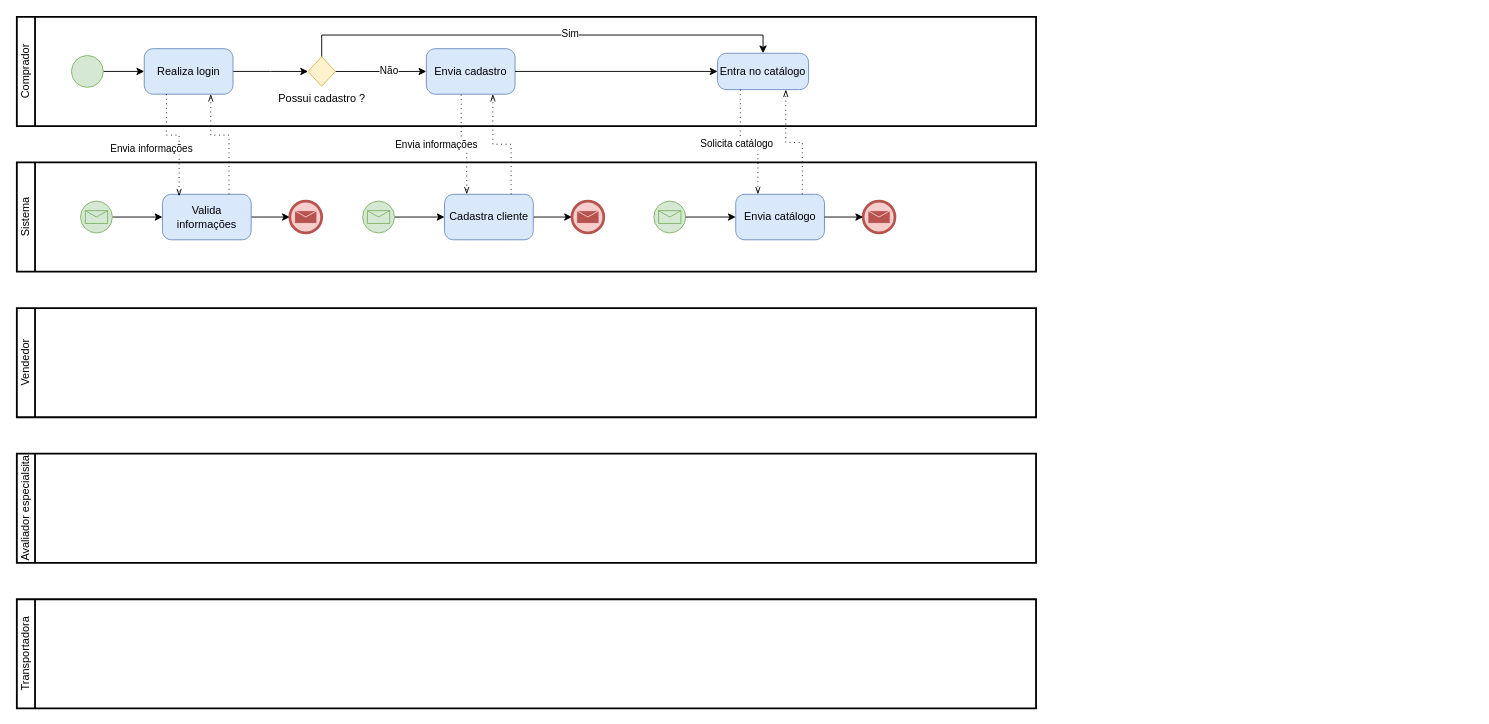
Earlier version of the draw.io diagram page "Modelo To Be" (2 of 2) of ModelagemProcessoNegocio.drawio (luca-moraes/projetoCorintoModelagem). Source tidied: cells renumbered, new cells numbered last; positions are measured from the earlier drawing's top-left corner, leaving out a move shared by most shapes. Both pictures are drawn from the tidied source at 91%, with x=0, y=0 at pixel (16, 16).
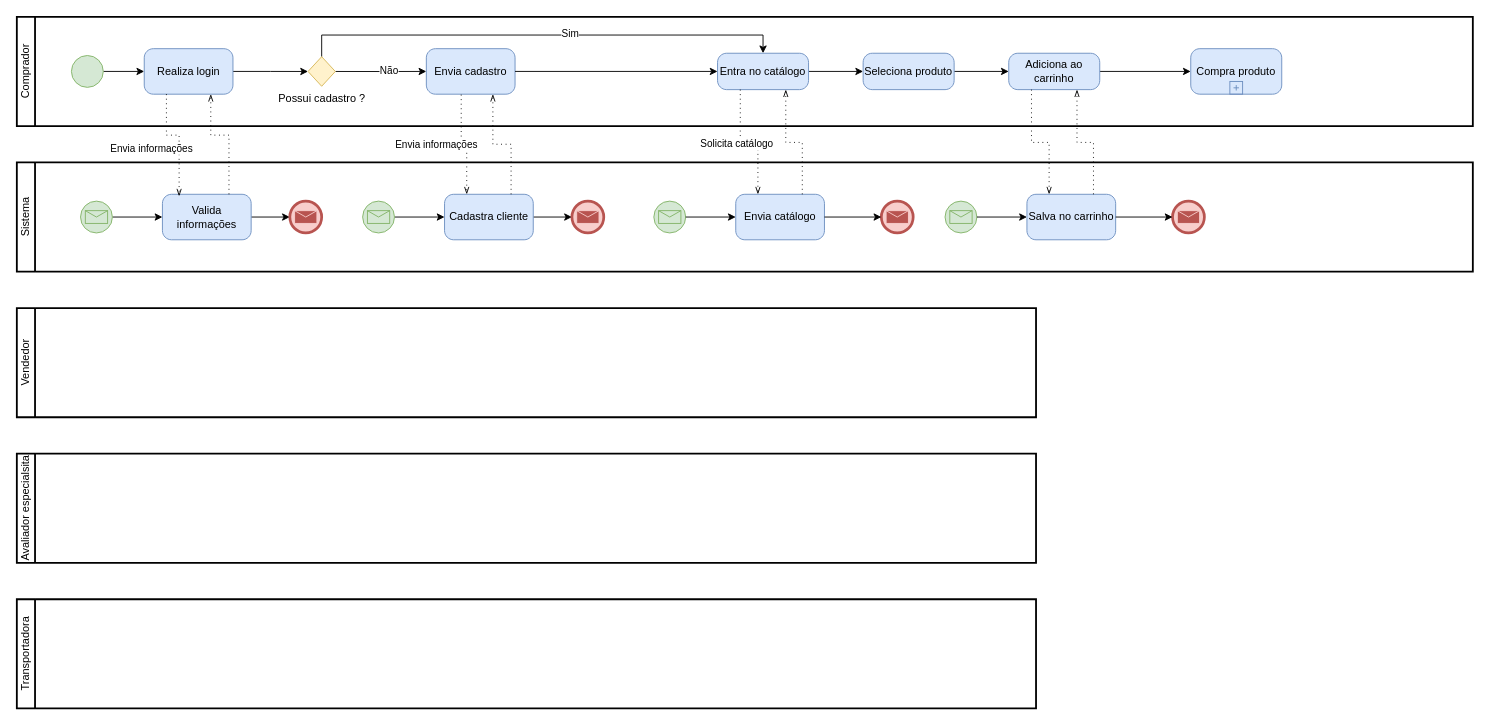
The same diagram, later.

The change refers to these unchanged cells:
```xml
<mxCell id="37" value="Entra no catálogo" style="points=[[0.25,0,0],[0.5,0,0],[0.75,0,0],[1,0.25,0],[1,0.5,0],[1,0.75,0],[0.75,1,0],[0.5,1,0],[0.25,1,0],[0,0.75,0],[0,0.5,0],[0,0.25,0]];shape=mxgraph.bpmn.task;whiteSpace=wrap;rectStyle=rounded;size=10;html=1;taskMarker=abstract;fillColor=#dae8fc;strokeColor=#6c8ebf;" parent="26" vertex="1">
  <mxGeometry x="770" y="40" width="100" height="40" as="geometry" />
</mxCell>
```

Change to the diagram source:
```diff
@@
     <mxCell id="2" value="Sistema" style="swimlane;html=1;startSize=20;fontStyle=0;horizontal=0;swimlaneLine=1;swimlaneFillColor=#ffffff;strokeWidth=2;whiteSpace=wrap;" parent="1" vertex="1">
-      <mxGeometry y="160" width="1120" height="120" as="geometry" />
+      <mxGeometry y="160" width="1600" height="120" as="geometry" />
     </mxCell>
@@
     <mxCell id="16" style="points=[[0.145,0.145,0],[0.5,0,0],[0.855,0.145,0],[1,0.5,0],[0.855,0.855,0],[0.5,1,0],[0.145,0.855,0],[0,0.5,0]];shape=mxgraph.bpmn.event;html=1;verticalLabelPosition=bottom;labelBackgroundColor=#ffffff;verticalAlign=top;align=center;perimeter=ellipsePerimeter;outlineConnect=0;outline=end;symbol=message;fillColor=#f8cecc;strokeColor=#b85450;" parent="2" vertex="1">
-      <mxGeometry x="930" y="42.5" width="35" height="35" as="geometry" />
+      <mxGeometry x="950" y="42.5" width="35" height="35" as="geometry" />
     </mxCell>
@@
+    <mxCell id="49" style="points=[[0.145,0.145,0],[0.5,0,0],[0.855,0.145,0],[1,0.5,0],[0.855,0.855,0],[0.5,1,0],[0.145,0.855,0],[0,0.5,0]];shape=mxgraph.bpmn.event;html=1;verticalLabelPosition=bottom;labelBackgroundColor=#ffffff;verticalAlign=top;align=center;perimeter=ellipsePerimeter;outlineConnect=0;outline=standard;symbol=message;fillColor=#d5e8d4;strokeColor=#82b366;" parent="2" vertex="1">
+      <mxGeometry x="1020" y="42.5" width="35" height="35" as="geometry" />
+    </mxCell>
+    <mxCell id="50" value="Salva no carrinho" style="points=[[0.25,0,0],[0.5,0,0],[0.75,0,0],[1,0.25,0],[1,0.5,0],[1,0.75,0],[0.75,1,0],[0.5,1,0],[0.25,1,0],[0,0.75,0],[0,0.5,0],[0,0.25,0]];shape=mxgraph.bpmn.task;whiteSpace=wrap;rectStyle=rounded;size=10;html=1;taskMarker=abstract;fillColor=#dae8fc;strokeColor=#6c8ebf;" parent="2" vertex="1">
+      <mxGeometry x="1110" y="35" width="97.5" height="50" as="geometry" />
+    </mxCell>
+    <mxCell id="51" style="edgeStyle=orthogonalEdgeStyle;rounded=0;jettySize=auto;html=1;entryX=0;entryY=0.5;entryDx=0;entryDy=0;entryPerimeter=0;" parent="2" edge="1" source="49" target="50">
+      <mxGeometry relative="1" as="geometry" />
+    </mxCell>
+    <mxCell id="52" style="points=[[0.145,0.145,0],[0.5,0,0],[0.855,0.145,0],[1,0.5,0],[0.855,0.855,0],[0.5,1,0],[0.145,0.855,0],[0,0.5,0]];shape=mxgraph.bpmn.event;html=1;verticalLabelPosition=bottom;labelBackgroundColor=#ffffff;verticalAlign=top;align=center;perimeter=ellipsePerimeter;outlineConnect=0;outline=end;symbol=message;fillColor=#f8cecc;strokeColor=#b85450;" parent="2" vertex="1">
+      <mxGeometry x="1270" y="42.5" width="35" height="35" as="geometry" />
+    </mxCell>
+    <mxCell id="53" style="edgeStyle=orthogonalEdgeStyle;rounded=0;jettySize=auto;html=1;" parent="2" edge="1" source="50" target="52">
+      <mxGeometry relative="1" as="geometry" />
+    </mxCell>
@@
     <mxCell id="26" value="Comprador" style="swimlane;html=1;startSize=20;fontStyle=0;horizontal=0;swimlaneLine=1;swimlaneFillColor=#ffffff;strokeWidth=2;whiteSpace=wrap;" parent="1" vertex="1">
-      <mxGeometry width="1120" height="120" as="geometry" />
+      <mxGeometry width="1600" height="120" as="geometry" />
     </mxCell>
@@
+    <mxCell id="54" style="edgeStyle=orthogonalEdgeStyle;rounded=0;jettySize=auto;html=1;" parent="26" edge="1" source="37" target="56">
+      <mxGeometry relative="1" as="geometry" />
+    </mxCell>
@@
+    <mxCell id="55" style="edgeStyle=orthogonalEdgeStyle;rounded=0;jettySize=auto;html=1;" parent="26" edge="1" source="56" target="58">
+      <mxGeometry relative="1" as="geometry" />
+    </mxCell>
+    <mxCell id="56" value="Seleciona produto" style="points=[[0.25,0,0],[0.5,0,0],[0.75,0,0],[1,0.25,0],[1,0.5,0],[1,0.75,0],[0.75,1,0],[0.5,1,0],[0.25,1,0],[0,0.75,0],[0,0.5,0],[0,0.25,0]];shape=mxgraph.bpmn.task;whiteSpace=wrap;rectStyle=rounded;size=10;html=1;taskMarker=abstract;fillColor=#dae8fc;strokeColor=#6c8ebf;" parent="26" vertex="1">
+      <mxGeometry x="930" y="40" width="100" height="40" as="geometry" />
+    </mxCell>
+    <mxCell id="57" style="edgeStyle=orthogonalEdgeStyle;rounded=0;jettySize=auto;html=1;" parent="26" edge="1" source="58" target="59">
+      <mxGeometry relative="1" as="geometry" />
+    </mxCell>
+    <mxCell id="58" value="Adiciona ao carrinho" style="points=[[0.25,0,0],[0.5,0,0],[0.75,0,0],[1,0.25,0],[1,0.5,0],[1,0.75,0],[0.75,1,0],[0.5,1,0],[0.25,1,0],[0,0.75,0],[0,0.5,0],[0,0.25,0]];shape=mxgraph.bpmn.task;whiteSpace=wrap;rectStyle=rounded;size=10;html=1;taskMarker=abstract;fillColor=#dae8fc;strokeColor=#6c8ebf;" parent="26" vertex="1">
+      <mxGeometry x="1090" y="40" width="100" height="40" as="geometry" />
+    </mxCell>
+    <mxCell id="59" value="Compra produto" style="points=[[0.25,0,0],[0.5,0,0],[0.75,0,0],[1,0.25,0],[1,0.5,0],[1,0.75,0],[0.75,1,0],[0.5,1,0],[0.25,1,0],[0,0.75,0],[0,0.5,0],[0,0.25,0]];shape=mxgraph.bpmn.task;whiteSpace=wrap;rectStyle=rounded;size=10;html=1;taskMarker=abstract;isLoopSub=1;fillColor=#dae8fc;strokeColor=#6c8ebf;" parent="26" vertex="1">
+      <mxGeometry x="1290" y="35" width="100" height="50" as="geometry" />
+    </mxCell>
@@
+    <mxCell id="60" style="edgeStyle=elbowEdgeStyle;fontSize=12;html=1;endFill=0;startFill=0;endSize=6;startSize=6;dashed=1;dashPattern=1 4;endArrow=openThin;startArrow=none;rounded=0;exitX=0.25;exitY=1;exitDx=0;exitDy=0;exitPerimeter=0;entryX=0.25;entryY=0;entryDx=0;entryDy=0;entryPerimeter=0;elbow=vertical;" parent="1" edge="1" source="58" target="50">
+      <mxGeometry relative="1" as="geometry" />
+    </mxCell>
+    <mxCell id="61" style="edgeStyle=elbowEdgeStyle;fontSize=12;html=1;endFill=0;startFill=0;endSize=6;startSize=6;dashed=1;dashPattern=1 4;endArrow=openThin;startArrow=none;rounded=0;entryX=0.75;entryY=1;entryDx=0;entryDy=0;entryPerimeter=0;exitX=0.75;exitY=0;exitDx=0;exitDy=0;exitPerimeter=0;elbow=vertical;" parent="1" edge="1" source="50" target="58">
+      <mxGeometry relative="1" as="geometry" />
+    </mxCell>
```
